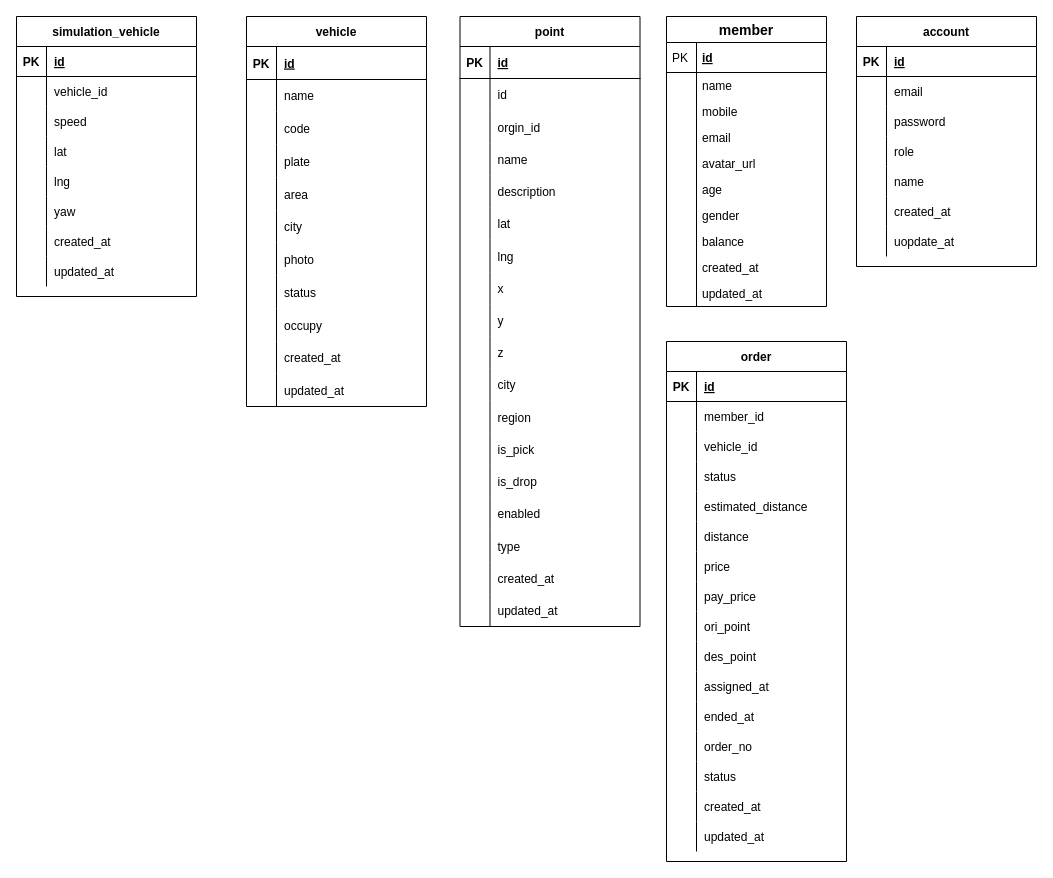
wurh/myDesignDoc keeps this draw.io diagram as 个人研究院/little_car/little_car_db.drawio. Above is the earlier version. Source tidied: cells renumbered, new cells numbered last; positions are measured from the earlier drawing's top-left corner, leaving out a move shared by most shapes. Both pictures are drawn from the tidied source at 100%, with x=0, y=0 at pixel (16, 16).
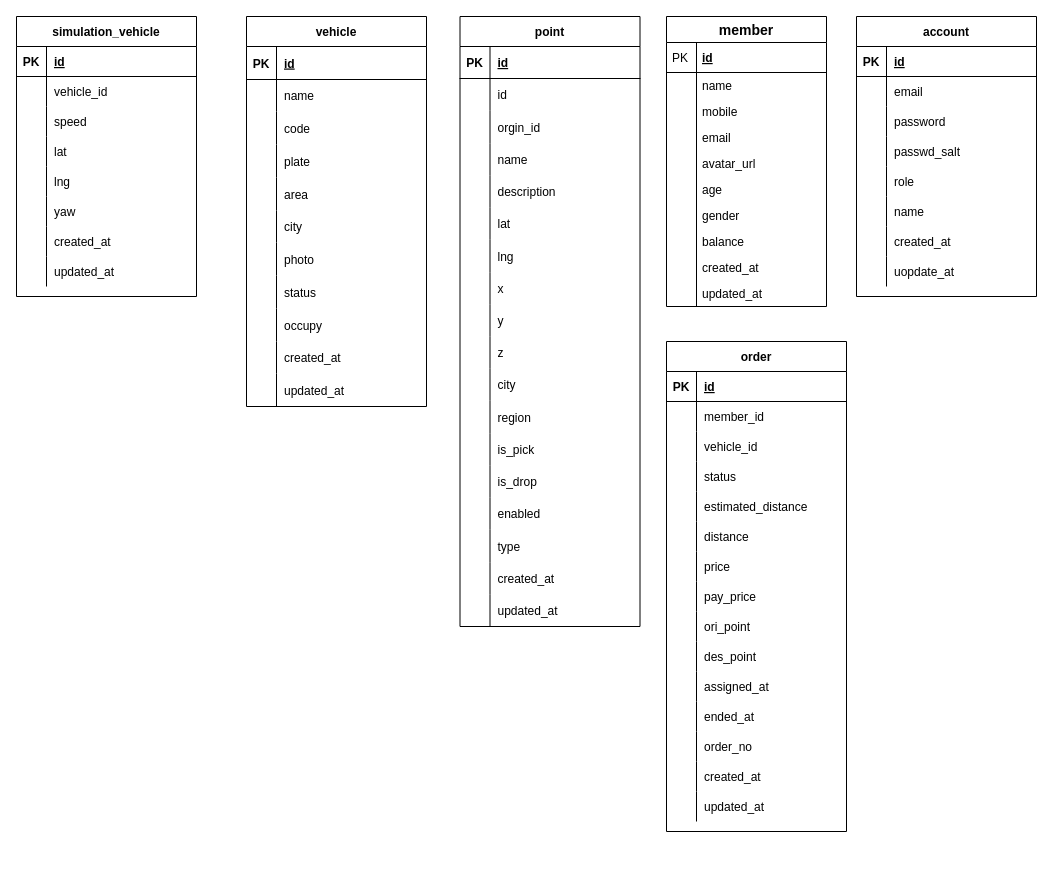
Above is the later version.

What changed in the source:
```diff
@@
     <mxCell id="112" value="account" style="shape=table;startSize=30;childLayout=tableLayout;rowLines=0;fontStyle=1;align=center;" parent="1" vertex="1">
-      <mxGeometry x="840" width="180" height="250" as="geometry" />
+      <mxGeometry x="840" width="180" height="280" as="geometry" />
     </mxCell>
@@
+    <mxCell id="208" style="shape=partialRectangle;fillColor=none;top=0;left=0;bottom=0;right=0;" parent="112" vertex="1">
+      <mxGeometry y="120" width="180" height="30" as="geometry" />
+    </mxCell>
+    <mxCell id="175" style="shape=partialRectangle;fillColor=none;top=0;left=0;bottom=0;right=0;overflow=hidden;" parent="208" vertex="1">
+      <mxGeometry width="30" height="30" as="geometry" />
+    </mxCell>
+    <mxCell id="209" value="passwd_salt" style="shape=partialRectangle;fillColor=none;top=0;left=0;bottom=0;right=0;align=left;spacingLeft=6;overflow=hidden;" parent="208" vertex="1">
+      <mxGeometry x="30" width="150" height="30" as="geometry" />
+    </mxCell>
     <mxCell id="122" style="shape=partialRectangle;fillColor=none;top=0;left=0;bottom=0;right=0;" parent="112" vertex="1">
-      <mxGeometry y="120" width="180" height="30" as="geometry" />
+      <mxGeometry y="150" width="180" height="30" as="geometry" />
     </mxCell>
@@
     <mxCell id="125" style="shape=partialRectangle;fillColor=none;top=0;left=0;bottom=0;right=0;" parent="112" vertex="1">
-      <mxGeometry y="150" width="180" height="30" as="geometry" />
+      <mxGeometry y="180" width="180" height="30" as="geometry" />
     </mxCell>
@@
     <mxCell id="128" style="shape=partialRectangle;fillColor=none;top=0;left=0;bottom=0;right=0;" parent="112" vertex="1">
-      <mxGeometry y="180" width="180" height="30" as="geometry" />
+      <mxGeometry y="210" width="180" height="30" as="geometry" />
     </mxCell>
@@
     <mxCell id="131" style="shape=partialRectangle;fillColor=none;top=0;left=0;bottom=0;right=0;" parent="112" vertex="1">
-      <mxGeometry y="210" width="180" height="30" as="geometry" />
+      <mxGeometry y="240" width="180" height="30" as="geometry" />
     </mxCell>
@@
     <mxCell id="134" value="order" style="shape=table;startSize=30;childLayout=tableLayout;rowLines=0;fontStyle=1;align=center;" parent="1" vertex="1">
-      <mxGeometry x="650" y="325" width="180" height="520" as="geometry" />
+      <mxGeometry x="650" y="325" width="180" height="490" as="geometry" />
     </mxCell>
@@
-    <mxCell id="174" style="shape=partialRectangle;fillColor=none;top=0;left=0;bottom=0;right=0;" parent="134" vertex="1">
-      <mxGeometry y="420" width="180" height="30" as="geometry" />
-    </mxCell>
-    <mxCell id="175" style="shape=partialRectangle;fillColor=none;top=0;left=0;bottom=0;right=0;overflow=hidden;" parent="174" vertex="1">
-      <mxGeometry width="30" height="30" as="geometry" />
-    </mxCell>
-    <mxCell id="176" value="status" style="shape=partialRectangle;fillColor=none;top=0;left=0;bottom=0;right=0;align=left;spacingLeft=6;overflow=hidden;" parent="174" vertex="1">
-      <mxGeometry x="30" width="150" height="30" as="geometry" />
-    </mxCell>
     <mxCell id="177" style="shape=partialRectangle;fillColor=none;top=0;left=0;bottom=0;right=0;" parent="134" vertex="1">
-      <mxGeometry y="450" width="180" height="30" as="geometry" />
+      <mxGeometry y="420" width="180" height="30" as="geometry" />
     </mxCell>
@@
     <mxCell id="180" style="shape=partialRectangle;fillColor=none;top=0;left=0;bottom=0;right=0;" parent="134" vertex="1">
-      <mxGeometry y="480" width="180" height="30" as="geometry" />
+      <mxGeometry y="450" width="180" height="30" as="geometry" />
     </mxCell>
```
